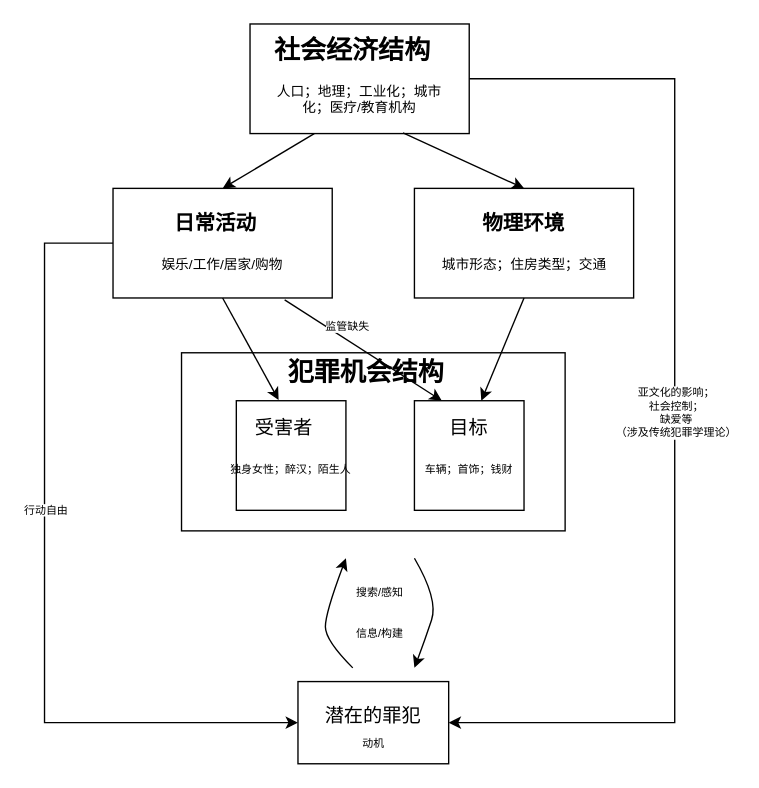
Earlier version of the draw.io diagram 未命名绘图.drawio (798982876/Others). Source tidied: cells renumbered, new cells numbered last; positions are measured from the earlier drawing's top-left corner, leaving out a move shared by most shapes. Both pictures are drawn from the tidied source at 137%, with x=0, y=0 at pixel (44, 23).
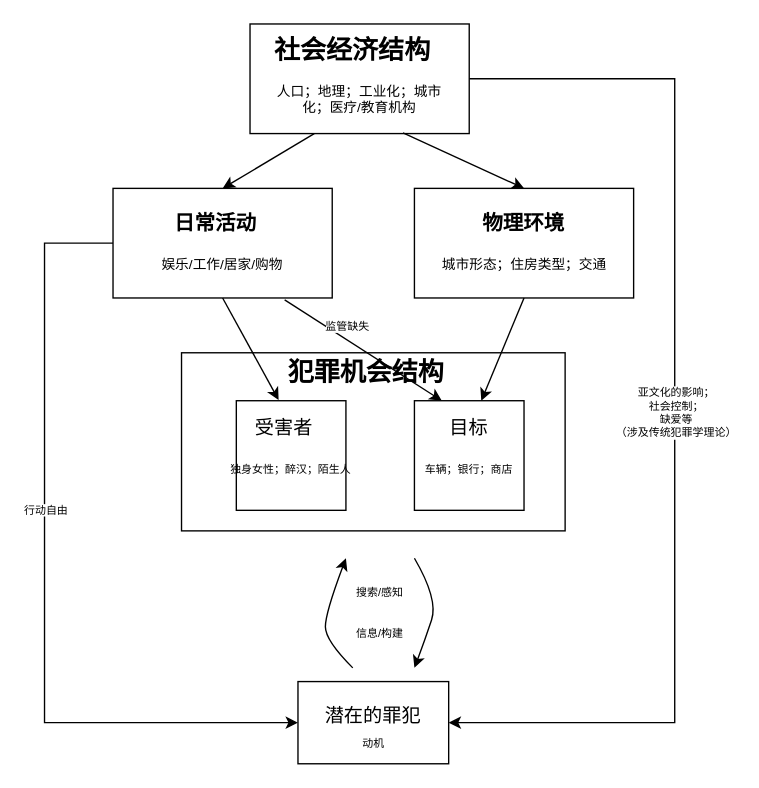
The same page after the edit.

Commit message:
更新未命名绘图.drawio

Unchanged cells that the change refers to:
```xml
<mxCell id="2" style="group;" parent="1" vertex="1">
  <mxGeometry width="460" height="540" as="geometry" />
</mxCell>
```

The edit, as a diff of the source:
```diff
@@
-    <mxCell id="22" value="车辆；首饰；钱财" style="text;html=1;strokeColor=none;fillColor=none;align=center;verticalAlign=middle;whiteSpace=wrap;rounded=0;fontSize=8;" parent="2" vertex="1">
+    <mxCell id="22" value="车辆；银行；商店" style="text;html=1;strokeColor=none;fillColor=none;align=center;verticalAlign=middle;whiteSpace=wrap;rounded=0;fontSize=8;" parent="2" vertex="1">
       <mxGeometry x="270" y="310" width="80" height="30" as="geometry" />
     </mxCell>
```
